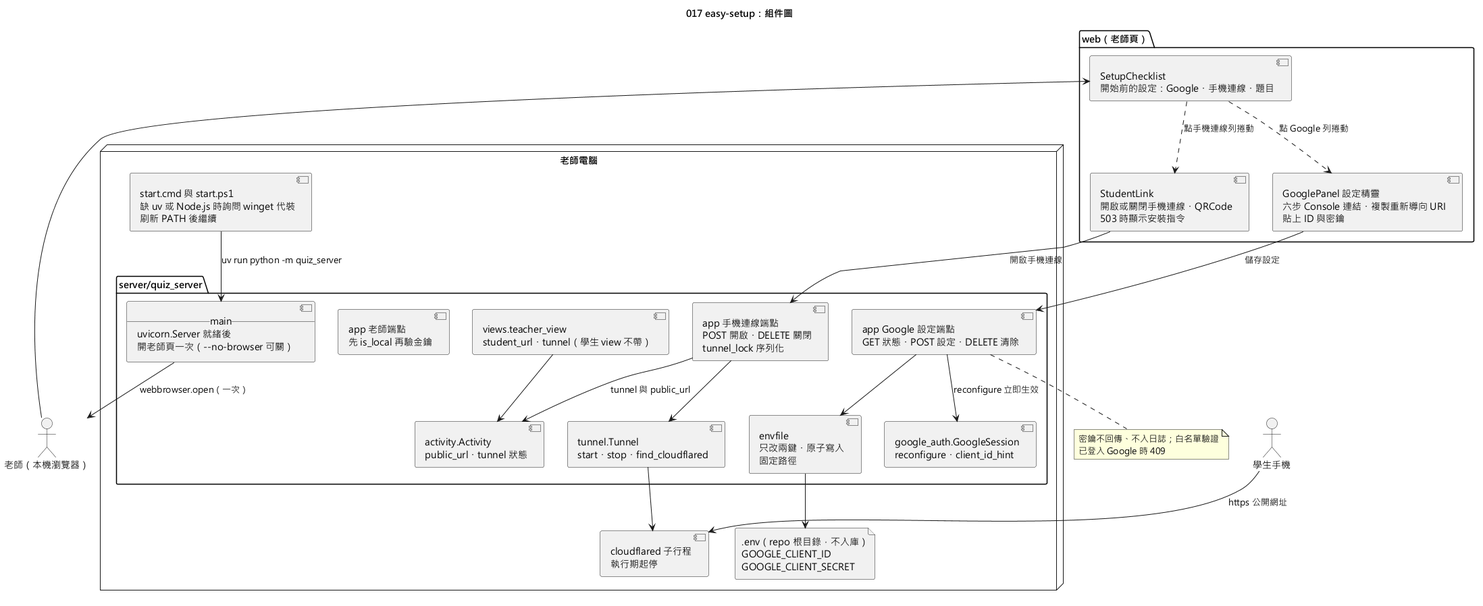
This is diagrams/017-easy-setup-component.png from yue083139/software_fin-speckit, a PlantUML export, as it was before one commit.
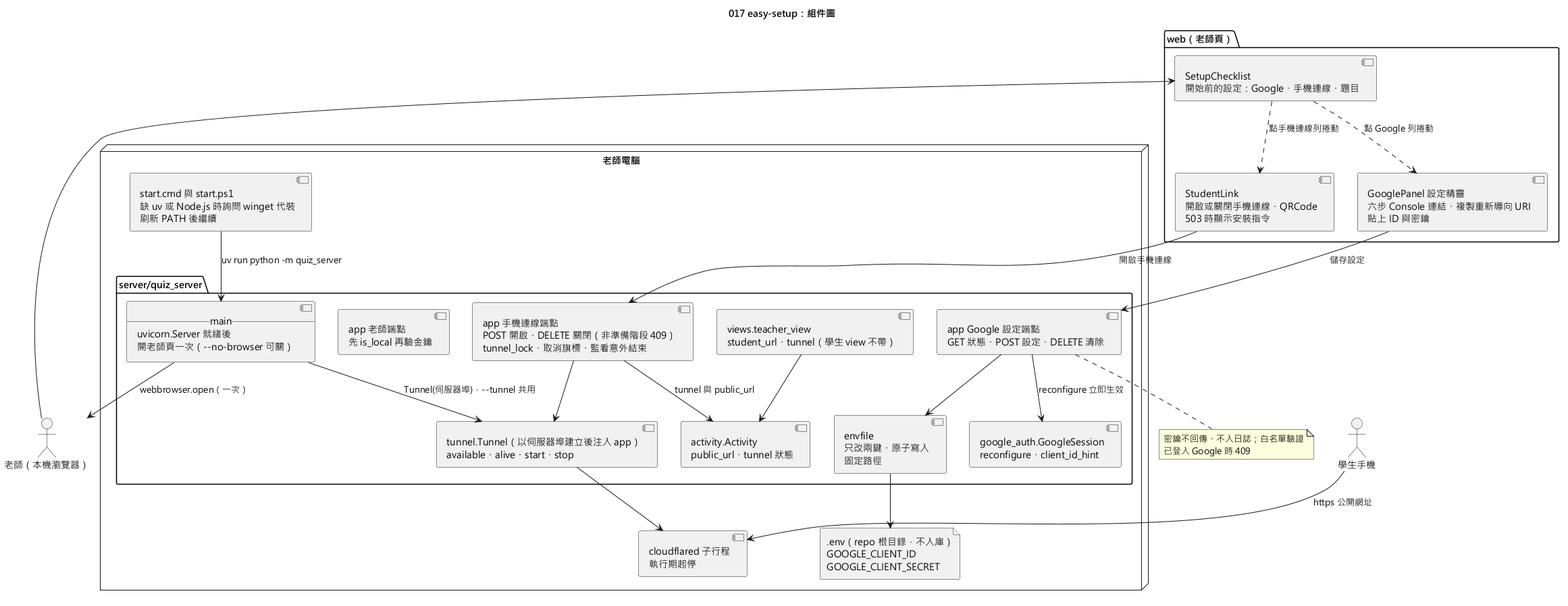
The same file after the commit.

Change to the diagram source:
```diff
@@ -13,10 +13,10 @@
     [__main__\nuvicorn.Server 就緒後\n開老師頁一次（--no-browser 可關）] as Main
     [app 老師端點\n先 is_local 再驗金鑰] as Api
     [app Google 設定端點\nGET 狀態・POST 設定・DELETE 清除] as Cfg
-    [app 手機連線端點\nPOST 開啟・DELETE 關閉\ntunnel_lock 序列化] as TunApi
+    [app 手機連線端點\nPOST 開啟・DELETE 關閉（非準備階段 409）\ntunnel_lock・取消旗標・監看意外結束] as TunApi
     [envfile\n只改兩鍵・原子寫入\n固定路徑] as EnvMod
     [google_auth.GoogleSession\nreconfigure・client_id_hint] as GS
-    [tunnel.Tunnel\nstart・stop・find_cloudflared] as Tun
+    [tunnel.Tunnel（以伺服器埠建立後注入 app）\navailable・alive・start・stop] as Tun
     [activity.Activity\npublic_url・tunnel 狀態] as Act
     [views.teacher_view\nstudent_url・tunnel（學生 view 不帶）] as Views
   }
@@ -29,6 +29,7 @@
 }
 
 Launcher --> Main : uv run python -m quiz_server
+Main --> Tun : Tunnel(伺服器埠)，--tunnel 共用
 Main --> Teacher : webbrowser.open（一次）
 Teacher --> Check
 Check ..> Wizard : 點 Google 列捲動
```
